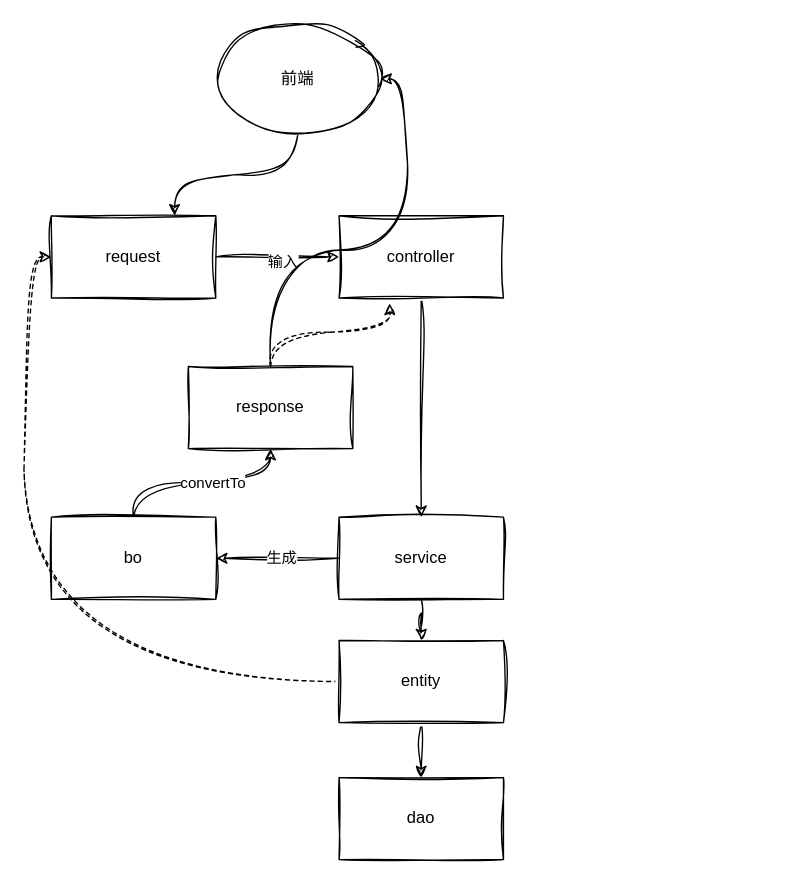
jiangzhanghong/studygit keeps this draw.io diagram as 分层对象.drawio. Above is the earlier version. Source tidied: cells renumbered, new cells numbered last; positions are measured from the earlier drawing's top-left corner, leaving out a move shared by most shapes. Both pictures are drawn from the tidied source at 137%, with x=0, y=0 at pixel (51, 23).
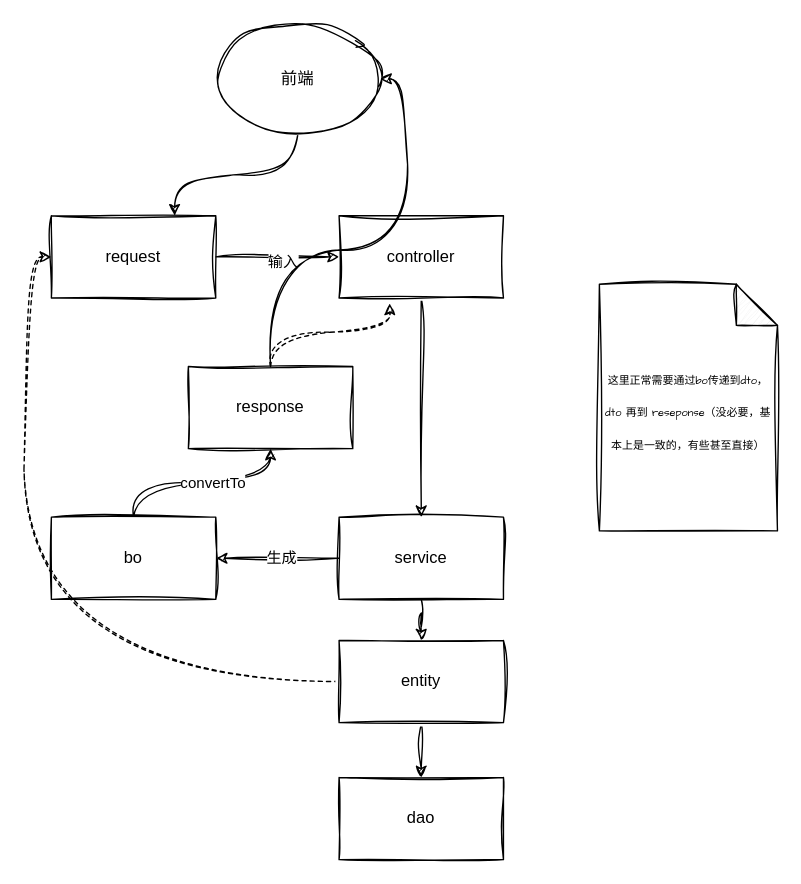
The same page after the edit.

Commit message (it also covers changes not shown here):
更新分层对象.drawio

What changed in the source:
```diff
@@
+    <mxCell id="23" value="&lt;font style=&quot;font-size: 8px;&quot;&gt;这里正常需要通过bo传递到dto，dto 再到 reseponse（没必要，基本上是一致的，有些甚至直接）&lt;/font&gt;" style="shape=note;whiteSpace=wrap;html=1;backgroundOutline=1;darkOpacity=0.05;sketch=1;hachureGap=4;jiggle=2;curveFitting=1;fontFamily=Architects Daughter;fontSize=20;" parent="1" vertex="1">
+      <mxGeometry x="400" y="190" width="130" height="180" as="geometry" />
+    </mxCell>
```
